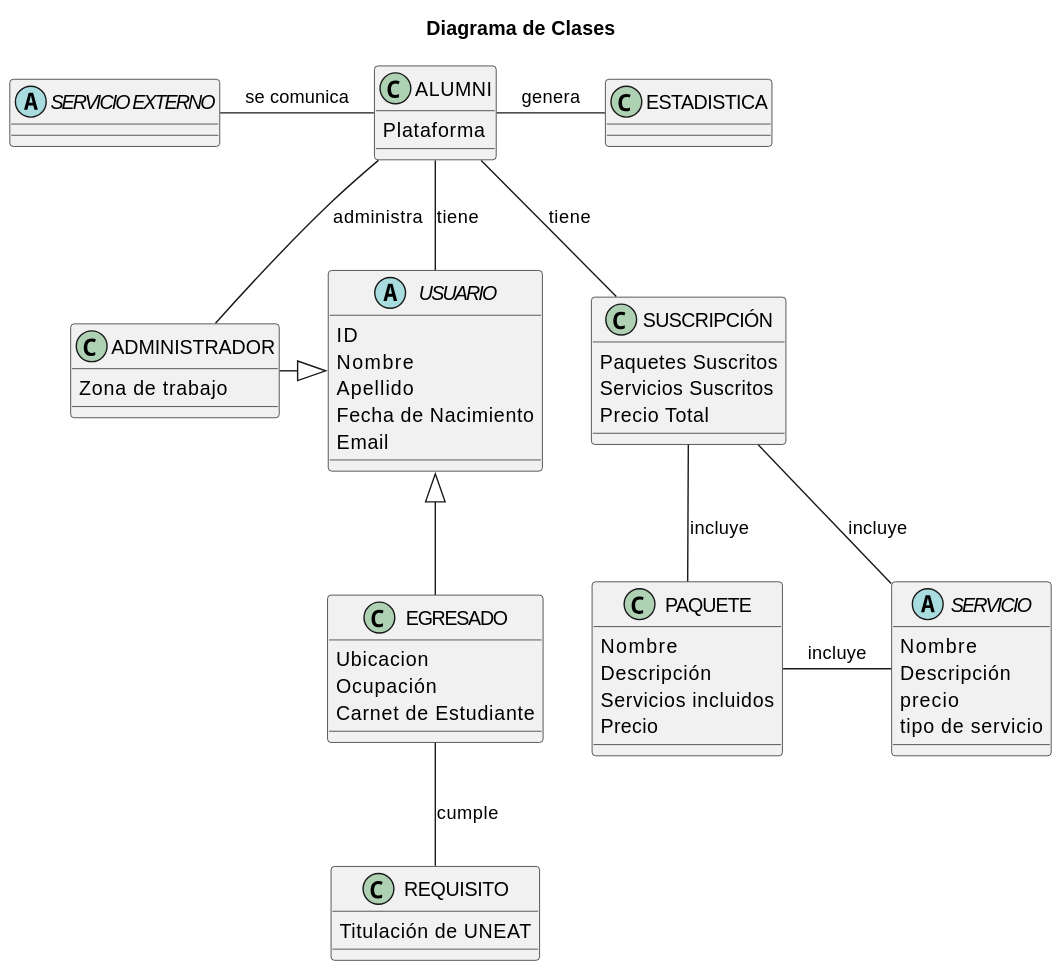
Before: Modelos_de_Dominio/Modelos_Finales/Tercera_Iteración/Diagrama_de_Clases/Diagrama_de_Clases.svg, a diagram exported from PlantUML (mmasias/23-24-IdSw1-SDR).
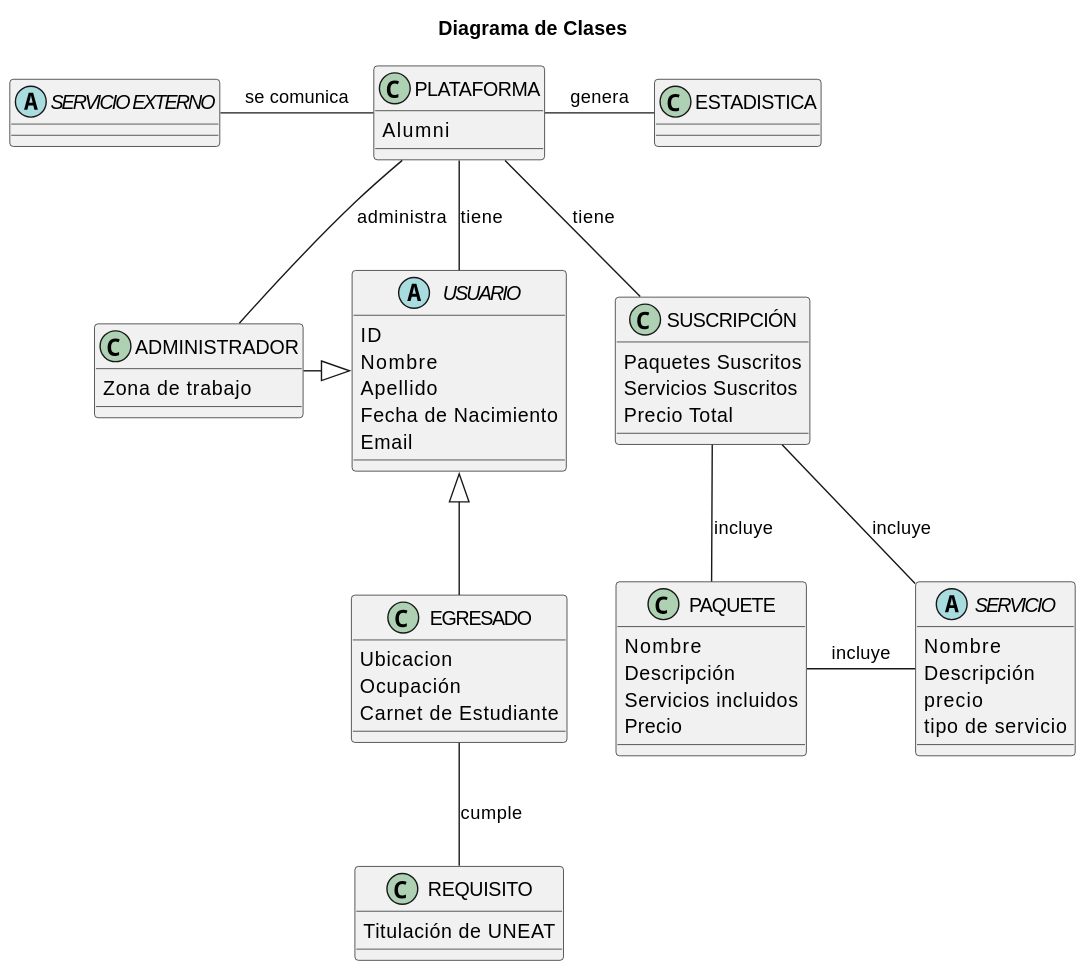
The same diagram one commit later.

Commit message:
Cambiado Alumni por plataforma

Diff of the diagram source:
```diff
@@ -5,9 +5,9 @@
 skinparam backgroundColor white
 skinparam defaultFontName Arial
 
-class ALUMNI
+class PLATAFORMA
 {
-   Plataforma
+   Alumni
 }
 
 abstract "SERVICIO EXTERNO" {}
@@ -65,16 +65,16 @@
     tipo de servicio
 }
 
-ALUMNI -- USUARIO : tiene
-ALUMNI - ESTADISTICA : genera
-SUSCRIPCIÓN -up- ALUMNI : tiene
-ALUMNI -left- "SERVICIO EXTERNO" : se comunica
+PLATAFORMA -- USUARIO : tiene
+PLATAFORMA - ESTADISTICA : genera
+SUSCRIPCIÓN -up- PLATAFORMA : tiene
+PLATAFORMA -left- "SERVICIO EXTERNO" : se comunica
 SUSCRIPCIÓN -- SERVICIO : incluye
 EGRESADO -- REQUISITO : cumple
 SUSCRIPCIÓN -- PAQUETE : incluye
 PAQUETE - SERVICIO : incluye
 USUARIO <|-- EGRESADO
 USUARIO <|-left- ADMINISTRADOR
-ADMINISTRADOR -up- ALUMNI : administra
+ADMINISTRADOR -up- PLATAFORMA : administra
 
 @enduml
```
